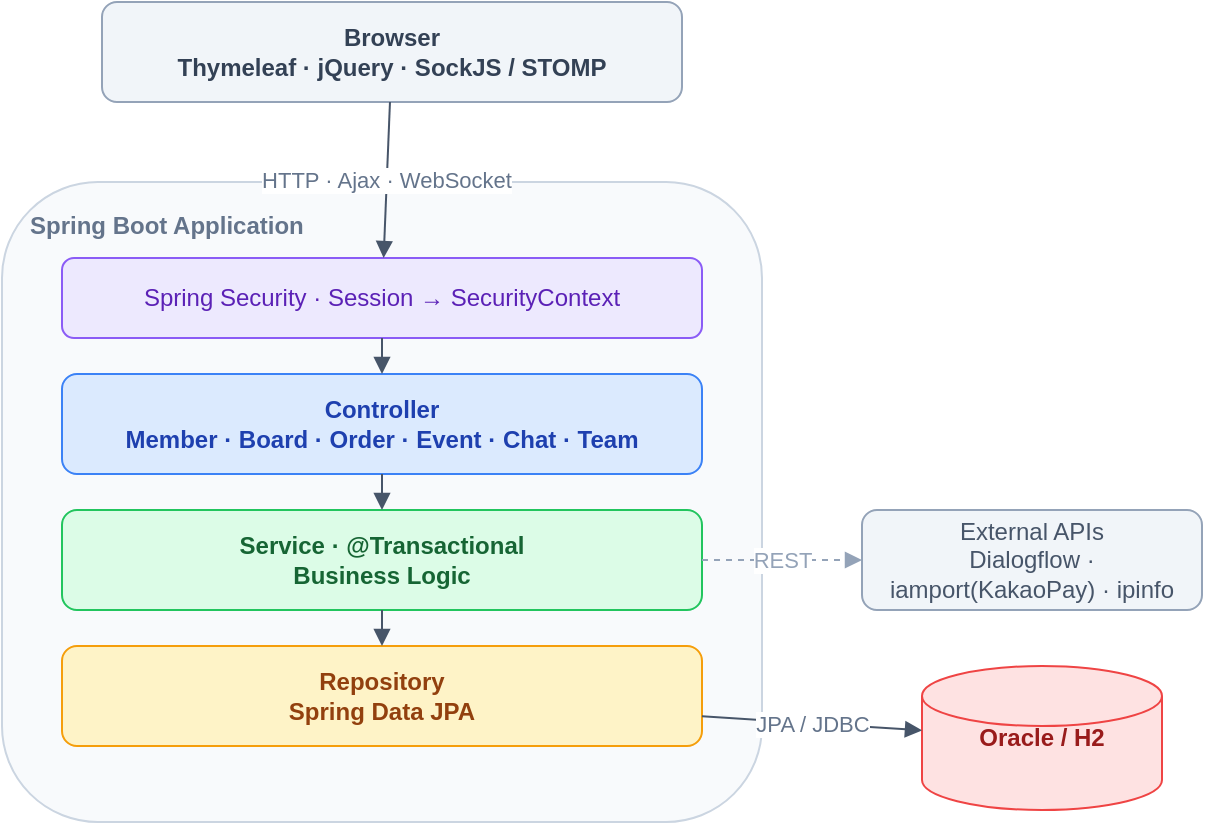
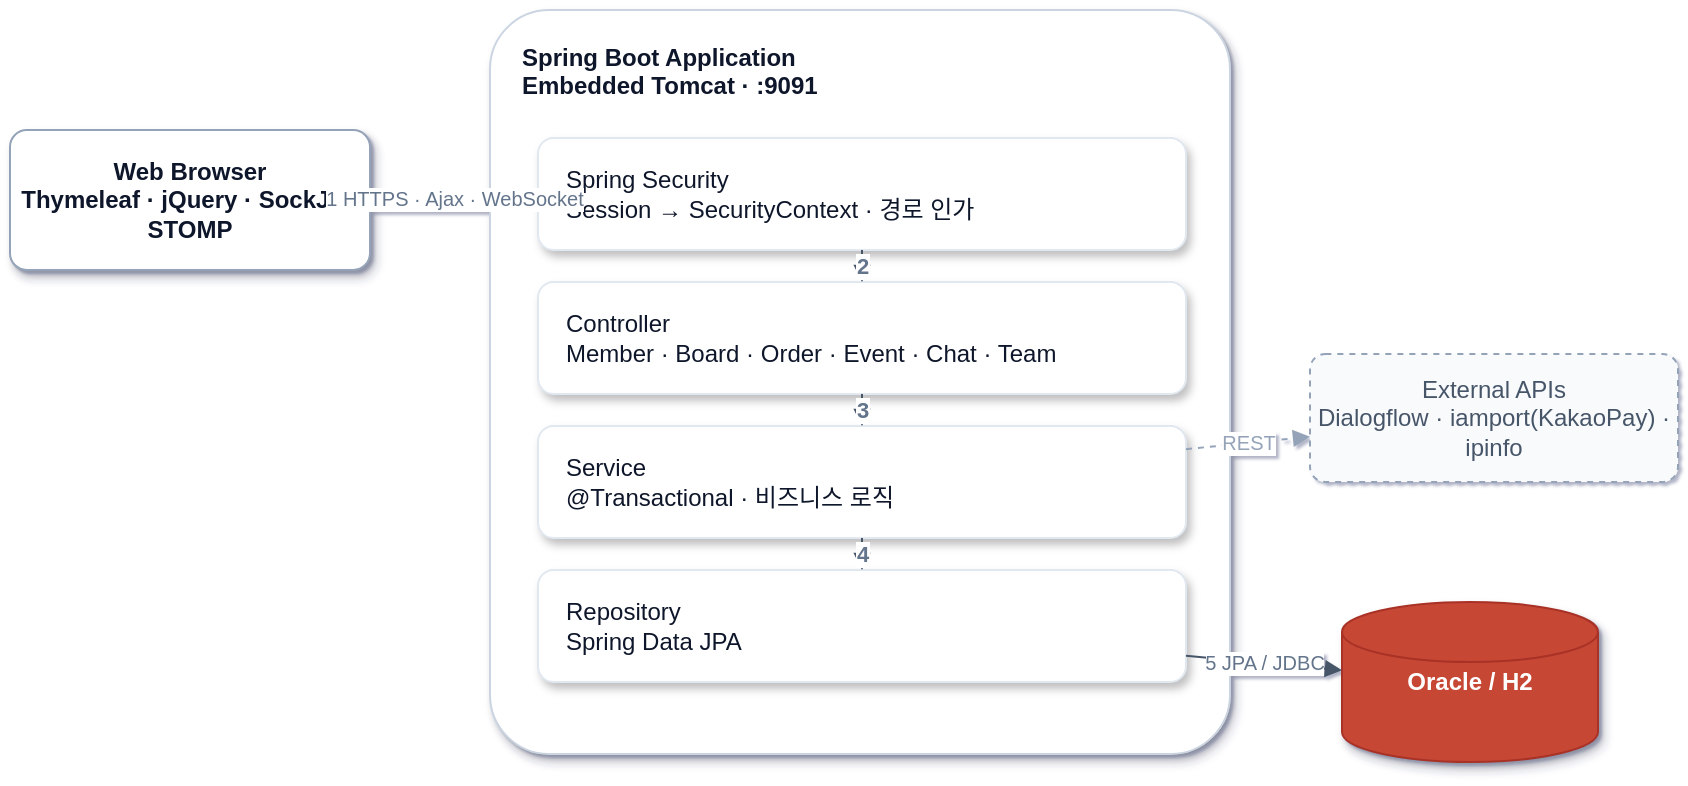
<mxfile host="app.diagrams.net" type="device">
  <diagram name="System Architecture" id="devhub-arch">
-     <mxGraphModel dx="1024" dy="640" grid="1" gridSize="10" guides="1" tooltips="1" connect="1" arrows="1" fold="1" page="1" pageScale="1" pageWidth="850" pageHeight="560" math="0" shadow="0">
+     <mxGraphModel dx="1100" dy="700" grid="1" gridSize="10" guides="1" tooltips="1" connect="1" arrows="1" fold="1" page="1" pageScale="1" pageWidth="900" pageHeight="540" math="0" shadow="1">
      <root>
        <mxCell id="0" />
        <mxCell id="1" parent="0" />
-         <mxCell id="browser" value="Browser&#10;Thymeleaf · jQuery · SockJS / STOMP" style="rounded=1;whiteSpace=wrap;html=1;fillColor=#f1f5f9;strokeColor=#94a3b8;fontColor=#334155;fontStyle=1" vertex="1" parent="1">
-           <mxGeometry x="280" y="40" width="290" height="50" as="geometry" />
+ 
+         <mxCell id="browser" value="Web Browser&#10;Thymeleaf · jQuery · SockJS / STOMP" style="rounded=1;whiteSpace=wrap;html=1;fillColor=#ffffff;strokeColor=#94a3b8;fontColor=#0f172a;fontStyle=1;shadow=1;arcSize=12" vertex="1" parent="1">
+           <mxGeometry x="40" y="120" width="180" height="70" as="geometry" />
        </mxCell>
-         <mxCell id="app" value="Spring Boot Application" style="rounded=1;whiteSpace=wrap;html=1;fillColor=#f8fafc;strokeColor=#cbd5e1;verticalAlign=top;align=left;spacingLeft=12;spacingTop=8;fontColor=#64748b;fontStyle=1" vertex="1" parent="1">
-           <mxGeometry x="230" y="130" width="380" height="320" as="geometry" />
+ 
+         <mxCell id="app" value="Spring Boot Application&#10;Embedded Tomcat · :9091" style="rounded=1;whiteSpace=wrap;html=1;fillColor=#ffffff;strokeColor=#cbd5e1;verticalAlign=top;align=left;spacingLeft=14;spacingTop=10;fontColor=#0f172a;fontStyle=1;shadow=1;arcSize=8" vertex="1" parent="1">
+           <mxGeometry x="280" y="60" width="370" height="372" as="geometry" />
        </mxCell>
-         <mxCell id="sec" value="Spring Security  ·  Session → SecurityContext" style="rounded=1;whiteSpace=wrap;html=1;fillColor=#ede9fe;strokeColor=#8b5cf6;fontColor=#5b21b6" vertex="1" parent="1">
-           <mxGeometry x="260" y="168" width="320" height="40" as="geometry" />
+         <mxCell id="sec" value="Spring Security&#10;Session → SecurityContext · 경로 인가" style="rounded=1;whiteSpace=wrap;html=1;fillColor=#ffffff;strokeColor=#e2e8f0;fontColor=#0f172a;fontStyle=0;shadow=1;arcSize=14;align=left;spacingLeft=12;labelBorderColor=none;strokeWidth=1;fillColor=#ffffff" vertex="1" parent="1">
+           <mxGeometry x="304" y="124" width="324" height="56" as="geometry" />
        </mxCell>
-         <mxCell id="ctrl" value="Controller&#10;Member · Board · Order · Event · Chat · Team" style="rounded=1;whiteSpace=wrap;html=1;fillColor=#dbeafe;strokeColor=#3b82f6;fontColor=#1e40af;fontStyle=1" vertex="1" parent="1">
-           <mxGeometry x="260" y="226" width="320" height="50" as="geometry" />
+         <mxCell id="ctrl" value="Controller&#10;Member · Board · Order · Event · Chat · Team" style="rounded=1;whiteSpace=wrap;html=1;fillColor=#ffffff;strokeColor=#e2e8f0;fontColor=#0f172a;shadow=1;arcSize=14;align=left;spacingLeft=12" vertex="1" parent="1">
+           <mxGeometry x="304" y="196" width="324" height="56" as="geometry" />
        </mxCell>
-         <mxCell id="svc" value="Service · @Transactional&#10;Business Logic" style="rounded=1;whiteSpace=wrap;html=1;fillColor=#dcfce7;strokeColor=#22c55e;fontColor=#166534;fontStyle=1" vertex="1" parent="1">
-           <mxGeometry x="260" y="294" width="320" height="50" as="geometry" />
+         <mxCell id="svc" value="Service&#10;@Transactional · 비즈니스 로직" style="rounded=1;whiteSpace=wrap;html=1;fillColor=#ffffff;strokeColor=#e2e8f0;fontColor=#0f172a;shadow=1;arcSize=14;align=left;spacingLeft=12" vertex="1" parent="1">
+           <mxGeometry x="304" y="268" width="324" height="56" as="geometry" />
        </mxCell>
-         <mxCell id="repo" value="Repository&#10;Spring Data JPA" style="rounded=1;whiteSpace=wrap;html=1;fillColor=#fef3c7;strokeColor=#f59e0b;fontColor=#92400e;fontStyle=1" vertex="1" parent="1">
-           <mxGeometry x="260" y="362" width="320" height="50" as="geometry" />
+         <mxCell id="repo" value="Repository&#10;Spring Data JPA" style="rounded=1;whiteSpace=wrap;html=1;fillColor=#ffffff;strokeColor=#e2e8f0;fontColor=#0f172a;shadow=1;arcSize=14;align=left;spacingLeft=12" vertex="1" parent="1">
+           <mxGeometry x="304" y="340" width="324" height="56" as="geometry" />
        </mxCell>
-         <mxCell id="ext" value="External APIs&#10;Dialogflow · iamport(KakaoPay) · ipinfo" style="rounded=1;whiteSpace=wrap;html=1;fillColor=#f1f5f9;strokeColor=#94a3b8;fontColor=#475569" vertex="1" parent="1">
-           <mxGeometry x="660" y="294" width="170" height="50" as="geometry" />
+ 
+         <mxCell id="ext" value="External APIs&#10;Dialogflow · iamport(KakaoPay) · ipinfo" style="rounded=1;whiteSpace=wrap;html=1;fillColor=#f8fafc;strokeColor=#94a3b8;fontColor=#475569;dashed=1;arcSize=12" vertex="1" parent="1">
+           <mxGeometry x="690" y="232" width="184" height="64" as="geometry" />
        </mxCell>
-         <mxCell id="db" value="Oracle / H2" style="shape=cylinder3;whiteSpace=wrap;html=1;fillColor=#fee2e2;strokeColor=#ef4444;fontColor=#991b1b;fontStyle=1" vertex="1" parent="1">
-           <mxGeometry x="690" y="372" width="120" height="72" as="geometry" />
+         <mxCell id="db" value="Oracle / H2" style="shape=cylinder3;whiteSpace=wrap;html=1;fillColor=#C74634;strokeColor=#a93226;fontColor=#ffffff;fontStyle=1;shadow=1" vertex="1" parent="1">
+           <mxGeometry x="706" y="356" width="128" height="80" as="geometry" />
        </mxCell>
-         <mxCell id="e0" value="HTTP · Ajax · WebSocket" style="endArrow=block;html=1;strokeColor=#475569;fontColor=#64748b" edge="1" parent="1" source="browser" target="sec">
+ 
+         <mxCell id="e0" value="1  HTTPS · Ajax · WebSocket" style="endArrow=block;html=1;strokeColor=#94a3b8;fontColor=#64748b;fontSize=10" edge="1" parent="1" source="browser" target="sec">
          <mxGeometry relative="1" as="geometry" />
        </mxCell>
-         <mxCell id="e1" style="endArrow=block;html=1;strokeColor=#475569" edge="1" parent="1" source="sec" target="ctrl">
+         <mxCell id="e1" value="2" style="endArrow=block;html=1;strokeColor=#475569;fontColor=#64748b;fontSize=11;fontStyle=1" edge="1" parent="1" source="sec" target="ctrl">
          <mxGeometry relative="1" as="geometry" />
        </mxCell>
-         <mxCell id="e2" style="endArrow=block;html=1;strokeColor=#475569" edge="1" parent="1" source="ctrl" target="svc">
+         <mxCell id="e2" value="3" style="endArrow=block;html=1;strokeColor=#475569;fontColor=#64748b;fontSize=11;fontStyle=1" edge="1" parent="1" source="ctrl" target="svc">
          <mxGeometry relative="1" as="geometry" />
        </mxCell>
-         <mxCell id="e3" style="endArrow=block;html=1;strokeColor=#475569" edge="1" parent="1" source="svc" target="repo">
+         <mxCell id="e3" value="4" style="endArrow=block;html=1;strokeColor=#475569;fontColor=#64748b;fontSize=11;fontStyle=1" edge="1" parent="1" source="svc" target="repo">
          <mxGeometry relative="1" as="geometry" />
        </mxCell>
-         <mxCell id="e4" value="REST" style="endArrow=block;html=1;dashed=1;strokeColor=#94a3b8;fontColor=#94a3b8" edge="1" parent="1" source="svc" target="ext">
+         <mxCell id="e4" value="REST" style="endArrow=block;html=1;dashed=1;strokeColor=#94a3b8;fontColor=#94a3b8;fontSize=10" edge="1" parent="1" source="svc" target="ext">
          <mxGeometry relative="1" as="geometry" />
        </mxCell>
-         <mxCell id="e5" value="JPA / JDBC" style="endArrow=block;html=1;strokeColor=#475569;fontColor=#64748b" edge="1" parent="1" source="repo" target="db">
+         <mxCell id="e5" value="5  JPA / JDBC" style="endArrow=block;html=1;strokeColor=#475569;fontColor=#64748b;fontSize=10" edge="1" parent="1" source="repo" target="db">
          <mxGeometry relative="1" as="geometry" />
        </mxCell>
      </root>
    </mxGraphModel>
  </diagram>
</mxfile>
